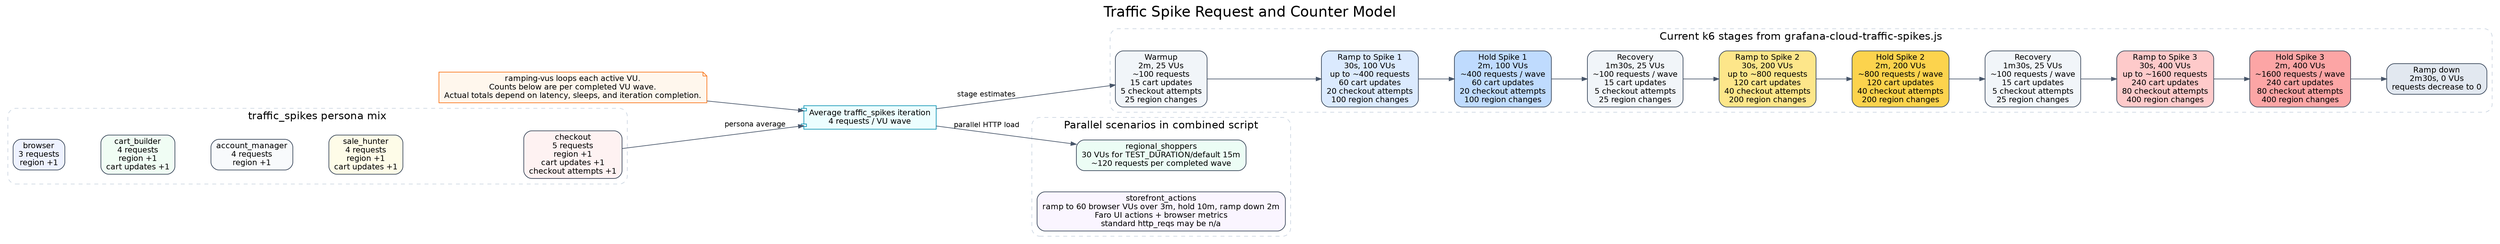
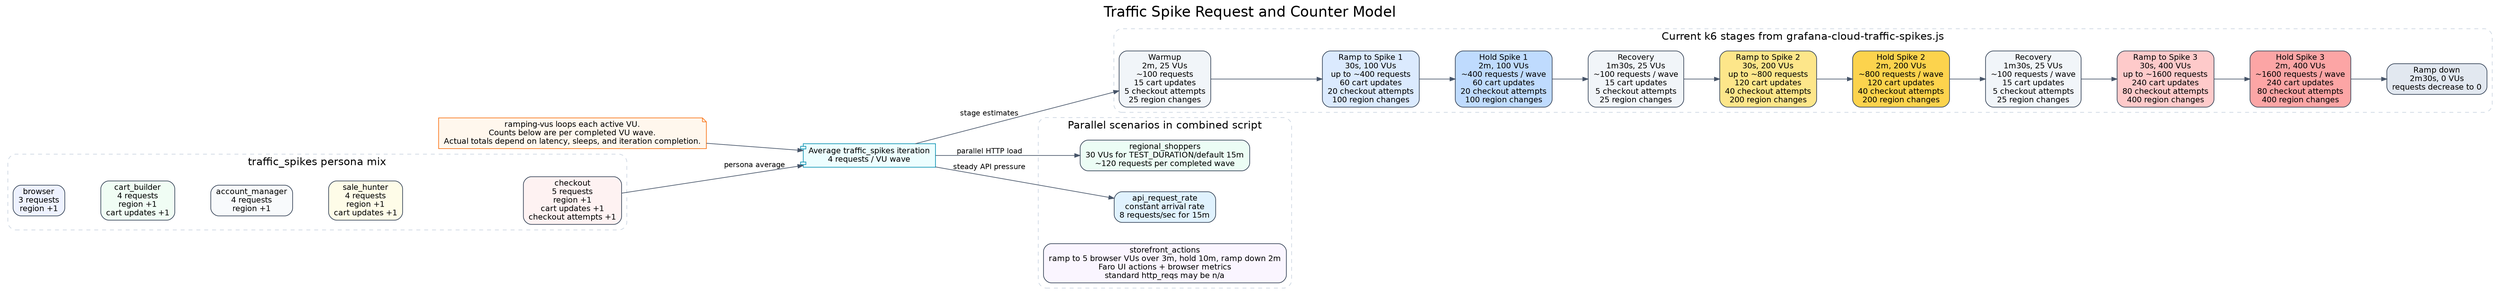
digraph traffic_spike_request_model {
  graph [
    rankdir=LR,
    labelloc=t,
    label="Traffic Spike Request and Counter Model",
    fontsize=22,
    fontname="Helvetica",
    nodesep=0.45,
    ranksep=0.75
  ];

  node [shape=box, style="rounded,filled", fontname="Helvetica", fontsize=12, color="#334155", fillcolor="#f8fafc"];
  edge [color="#475569", arrowsize=0.8, fontname="Helvetica", fontsize=11];

  note [shape=note, fillcolor="#fff7ed", color="#f97316", label="ramping-vus loops each active VU.\nCounts below are per completed VU wave.\nActual totals depend on latency, sleeps, and iteration completion."];
  avg [shape=component, fillcolor="#ecfeff", color="#0891b2", label="Average traffic_spikes iteration\n4 requests / VU wave"];

  subgraph cluster_personas {
    label="traffic_spikes persona mix"; color="#cbd5e1"; style="rounded,dashed"; fontsize=16; fontname="Helvetica";
    browser [label="browser\n3 requests\nregion +1", fillcolor="#eef2ff"];
    cart_builder [label="cart_builder\n4 requests\nregion +1\ncart updates +1", fillcolor="#f0fdf4"];
    account_manager [label="account_manager\n4 requests\nregion +1", fillcolor="#f8fafc"];
    sale_hunter [label="sale_hunter\n4 requests\nregion +1\ncart updates +1", fillcolor="#fefce8"];
    checkout [label="checkout\n5 requests\nregion +1\ncart updates +1\ncheckout attempts +1", fillcolor="#fef2f2"];
    browser -> cart_builder -> account_manager -> sale_hunter -> checkout [style=invis];
  }

  subgraph cluster_stages {
    label="Current k6 stages from grafana-cloud-traffic-spikes.js"; color="#cbd5e1"; style="rounded,dashed"; fontsize=16; fontname="Helvetica";
    warmup [label="Warmup\n2m, 25 VUs\n~100 requests\n15 cart updates\n5 checkout attempts\n25 region changes", fillcolor="#f1f5f9"];
    ramp1 [label="Ramp to Spike 1\n30s, 100 VUs\nup to ~400 requests\n60 cart updates\n20 checkout attempts\n100 region changes", fillcolor="#dbeafe"];
    hold1 [label="Hold Spike 1\n2m, 100 VUs\n~400 requests / wave\n60 cart updates\n20 checkout attempts\n100 region changes", fillcolor="#bfdbfe"];
    recovery1 [label="Recovery\n1m30s, 25 VUs\n~100 requests / wave\n15 cart updates\n5 checkout attempts\n25 region changes", fillcolor="#f1f5f9"];
    ramp2 [label="Ramp to Spike 2\n30s, 200 VUs\nup to ~800 requests\n120 cart updates\n40 checkout attempts\n200 region changes", fillcolor="#fde68a"];
    hold2 [label="Hold Spike 2\n2m, 200 VUs\n~800 requests / wave\n120 cart updates\n40 checkout attempts\n200 region changes", fillcolor="#fcd34d"];
    recovery2 [label="Recovery\n1m30s, 25 VUs\n~100 requests / wave\n15 cart updates\n5 checkout attempts\n25 region changes", fillcolor="#f1f5f9"];
    ramp3 [label="Ramp to Spike 3\n30s, 400 VUs\nup to ~1600 requests\n240 cart updates\n80 checkout attempts\n400 region changes", fillcolor="#fecaca"];
    hold3 [label="Hold Spike 3\n2m, 400 VUs\n~1600 requests / wave\n240 cart updates\n80 checkout attempts\n400 region changes", fillcolor="#fca5a5"];
    rampdown [label="Ramp down\n2m30s, 0 VUs\nrequests decrease to 0", fillcolor="#e2e8f0"];
    warmup -> ramp1 -> hold1 -> recovery1 -> ramp2 -> hold2 -> recovery2 -> ramp3 -> hold3 -> rampdown;
  }

  subgraph cluster_parallel {
    label="Parallel scenarios in combined script"; color="#cbd5e1"; style="rounded,dashed"; fontsize=16; fontname="Helvetica";
    regional [label="regional_shoppers\n30 VUs for TEST_DURATION/default 15m\n~120 requests per completed wave", fillcolor="#ecfdf5"];
-     storefront [label="storefront_actions\nramp to 60 browser VUs over 3m, hold 10m, ramp down 2m\nFaro UI actions + browser metrics\nstandard http_reqs may be n/a", fillcolor="#faf5ff"];
+     api_rate [label="api_request_rate\nconstant arrival rate\n8 requests/sec for 15m", fillcolor="#e0f2fe"];
+     storefront [label="storefront_actions\nramp to 5 browser VUs over 3m, hold 10m, ramp down 2m\nFaro UI actions + browser metrics\nstandard http_reqs may be n/a", fillcolor="#faf5ff"];
  }

  note -> avg;
  avg -> warmup [label="stage estimates"];
  avg -> regional [label="parallel HTTP load"];
+   avg -> api_rate [label="steady API pressure"];
  checkout -> avg [label="persona average"];
}
- 
